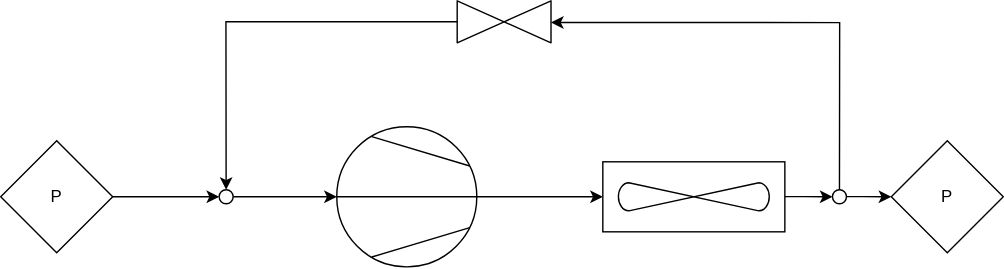
jpSeagull/HelloGit keeps this draw.io diagram as test.drawio.svg. Above is the earlier version. Source tidied: cells renumbered, new cells last; positions are measured from the earlier drawing's top-left corner, leaving out a move shared by most shapes. Its diagram source:
```xml
<mxGraphModel>
  <root>
    <mxCell id="0" />
    <mxCell id="1" parent="0" />
    <mxCell id="2" value="P" style="rhombus;whiteSpace=wrap;html=1;" parent="1" vertex="1">
      <mxGeometry x="64" y="160" width="80" height="80" as="geometry" />
    </mxCell>
    <mxCell id="3" style="edgeStyle=orthogonalEdgeStyle;rounded=0;jettySize=auto;html=1;exitX=1;exitY=0.5;exitDx=0;exitDy=0;exitPerimeter=0;" parent="1" edge="1" source="4" target="6">
      <mxGeometry relative="1" as="geometry" />
    </mxCell>
    <mxCell id="4" style="shape=mxgraph.pid.compressors_-_iso.compressor_(centrifugal);html=1;align=center;verticalLabelPosition=bottom;verticalAlign=top;dashed=0;" parent="1" vertex="1">
      <mxGeometry x="304" y="150" width="100" height="100" as="geometry" />
    </mxCell>
    <mxCell id="5" style="edgeStyle=orthogonalEdgeStyle;rounded=0;jettySize=auto;html=1;entryX=0;entryY=0.5;entryDx=0;entryDy=0;" parent="1" edge="1" source="15" target="7">
      <mxGeometry relative="1" as="geometry" />
    </mxCell>
    <mxCell id="6" style="verticalLabelPosition=bottom;outlineConnect=0;align=center;dashed=0;html=1;verticalAlign=top;shape=mxgraph.pid.misc.air_cooler;" parent="1" vertex="1">
      <mxGeometry x="494" y="175" width="130" height="50" as="geometry" />
    </mxCell>
    <mxCell id="7" value="P" style="rhombus;whiteSpace=wrap;html=1;" parent="1" vertex="1">
      <mxGeometry x="700" y="160" width="80" height="80" as="geometry" />
    </mxCell>
    <mxCell id="8" style="edgeStyle=orthogonalEdgeStyle;rounded=0;jettySize=auto;html=1;entryX=0.5;entryY=0;entryDx=0;entryDy=0;" parent="1" edge="1" source="9" target="12">
      <mxGeometry relative="1" as="geometry" />
    </mxCell>
    <mxCell id="9" style="verticalLabelPosition=bottom;align=center;html=1;verticalAlign=top;dashed=0;shape=mxgraph.pid2valves.valve;valveType=gate;" parent="1" vertex="1">
      <mxGeometry x="390" y="60" width="67" height="30" as="geometry" />
    </mxCell>
    <mxCell id="10" style="ellipse;whiteSpace=wrap;html=1;" parent="1" vertex="1">
      <mxGeometry width="5" as="geometry" />
    </mxCell>
    <mxCell id="11" style="edgeStyle=orthogonalEdgeStyle;rounded=0;jettySize=auto;html=1;entryX=0;entryY=0.5;entryDx=0;entryDy=0;entryPerimeter=0;" parent="1" edge="1" source="12" target="4">
      <mxGeometry relative="1" as="geometry" />
    </mxCell>
    <mxCell id="12" style="ellipse;whiteSpace=wrap;html=1;" parent="1" vertex="1">
      <mxGeometry x="220" y="195" width="10" height="10" as="geometry" />
    </mxCell>
    <mxCell id="13" style="edgeStyle=orthogonalEdgeStyle;rounded=0;jettySize=auto;html=1;exitX=1;exitY=0.5;exitDx=0;exitDy=0;" parent="1" edge="1" source="2" target="12">
      <mxGeometry relative="1" as="geometry" />
    </mxCell>
    <mxCell id="14" style="edgeStyle=orthogonalEdgeStyle;rounded=0;jettySize=auto;html=1;exitX=0.5;exitY=0;exitDx=0;exitDy=0;entryX=1;entryY=0.517;entryDx=0;entryDy=0;entryPerimeter=0;" parent="1" edge="1" source="15" target="9">
      <mxGeometry relative="1" as="geometry" />
    </mxCell>
    <mxCell id="15" style="ellipse;whiteSpace=wrap;html=1;" parent="1" vertex="1">
      <mxGeometry x="658" y="195" width="10" height="10" as="geometry" />
    </mxCell>
    <mxCell id="16" style="edgeStyle=orthogonalEdgeStyle;rounded=0;jettySize=auto;html=1;entryX=0;entryY=0.5;entryDx=0;entryDy=0;" parent="1" edge="1" source="6" target="15">
      <mxGeometry relative="1" as="geometry" />
    </mxCell>
  </root>
</mxGraphModel>
```
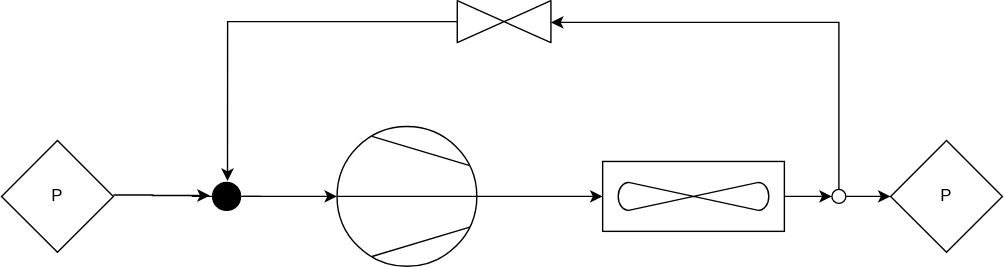
Above is the later version.

What changed in the source:
```diff
@@ -20,7 +20,7 @@
     <mxCell id="7" value="P" style="rhombus;whiteSpace=wrap;html=1;" parent="1" vertex="1">
       <mxGeometry x="700" y="160" width="80" height="80" as="geometry" />
     </mxCell>
-    <mxCell id="8" style="edgeStyle=orthogonalEdgeStyle;rounded=0;jettySize=auto;html=1;entryX=0.5;entryY=0;entryDx=0;entryDy=0;" parent="1" edge="1" source="9" target="12">
+    <mxCell id="8" style="edgeStyle=orthogonalEdgeStyle;rounded=0;jettySize=auto;html=1;entryX=0.513;entryY=-0.05;entryDx=0;entryDy=0;entryPerimeter=0;" parent="1" edge="1" source="9" target="17">
       <mxGeometry relative="1" as="geometry" />
     </mxCell>
     <mxCell id="9" style="verticalLabelPosition=bottom;align=center;html=1;verticalAlign=top;dashed=0;shape=mxgraph.pid2valves.valve;valveType=gate;" parent="1" vertex="1">
@@ -29,14 +29,13 @@
     <mxCell id="10" style="ellipse;whiteSpace=wrap;html=1;" parent="1" vertex="1">
       <mxGeometry width="5" as="geometry" />
     </mxCell>
-    <mxCell id="11" style="edgeStyle=orthogonalEdgeStyle;rounded=0;jettySize=auto;html=1;entryX=0;entryY=0.5;entryDx=0;entryDy=0;entryPerimeter=0;" parent="1" edge="1" source="12" target="4">
+    <mxCell id="11" style="edgeStyle=orthogonalEdgeStyle;rounded=0;jettySize=auto;html=1;entryX=0;entryY=0.5;entryDx=0;entryDy=0;entryPerimeter=0;exitX=0.73;exitY=0.5;exitDx=0;exitDy=0;exitPerimeter=0;" parent="1" edge="1" source="17" target="4">
       <mxGeometry relative="1" as="geometry" />
     </mxCell>
-    <mxCell id="12" style="ellipse;whiteSpace=wrap;html=1;" parent="1" vertex="1">
-      <mxGeometry x="220" y="195" width="10" height="10" as="geometry" />
-    </mxCell>
-    <mxCell id="13" style="edgeStyle=orthogonalEdgeStyle;rounded=0;jettySize=auto;html=1;exitX=1;exitY=0.5;exitDx=0;exitDy=0;" parent="1" edge="1" source="2" target="12">
-      <mxGeometry relative="1" as="geometry" />
+    <mxCell id="13" style="edgeStyle=orthogonalEdgeStyle;rounded=0;jettySize=auto;html=1;entryX=0.26;entryY=0.47;entryDx=0;entryDy=0;entryPerimeter=0;" parent="1" edge="1" target="17">
+      <mxGeometry relative="1" as="geometry">
+        <mxPoint x="144" y="199" as="sourcePoint" />
+      </mxGeometry>
     </mxCell>
     <mxCell id="14" style="edgeStyle=orthogonalEdgeStyle;rounded=0;jettySize=auto;html=1;exitX=0.5;exitY=0;exitDx=0;exitDy=0;entryX=1;entryY=0.517;entryDx=0;entryDy=0;entryPerimeter=0;" parent="1" edge="1" source="15" target="9">
       <mxGeometry relative="1" as="geometry" />
@@ -47,5 +46,8 @@
     <mxCell id="16" style="edgeStyle=orthogonalEdgeStyle;rounded=0;jettySize=auto;html=1;entryX=0;entryY=0.5;entryDx=0;entryDy=0;" parent="1" edge="1" source="6" target="15">
       <mxGeometry relative="1" as="geometry" />
     </mxCell>
+    <mxCell id="17" style="verticalLabelPosition=bottom;align=center;dashed=0;html=1;verticalAlign=top;shape=mxgraph.pid.piping.welded_connection;" parent="1" vertex="1">
+      <mxGeometry x="200" y="190" width="50" height="20" as="geometry" />
+    </mxCell>
   </root>
 </mxGraphModel>
```
